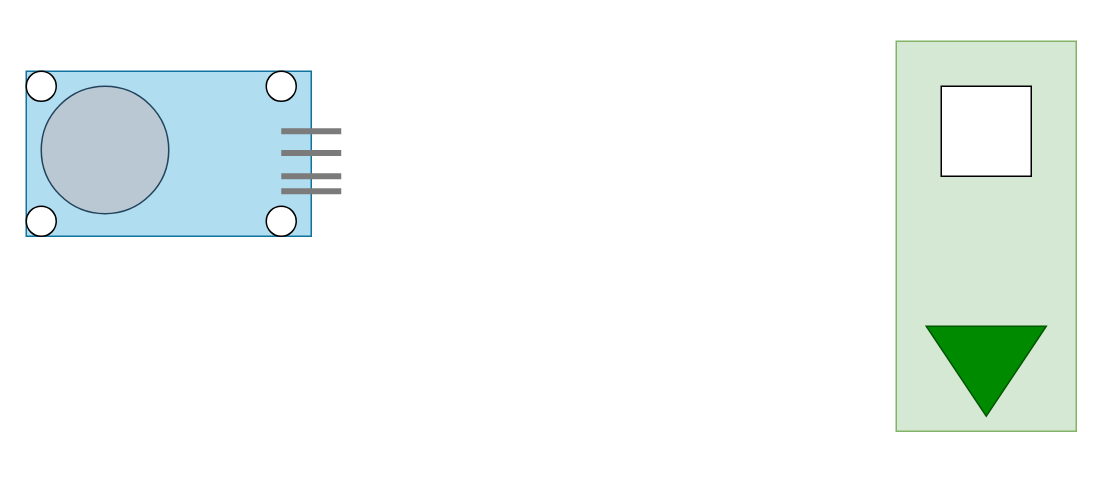
Earlier version of the draw.io diagram templates/Diagramme sans nom.drawio (Tokomichel/djangoAPIessay). Source tidied: cells renumbered, new cells numbered last; positions are measured from the earlier drawing's top-left corner, leaving out a move shared by most shapes. Both pictures are drawn from the tidied source at 150%, with x=0, y=0 at pixel (26, 40).
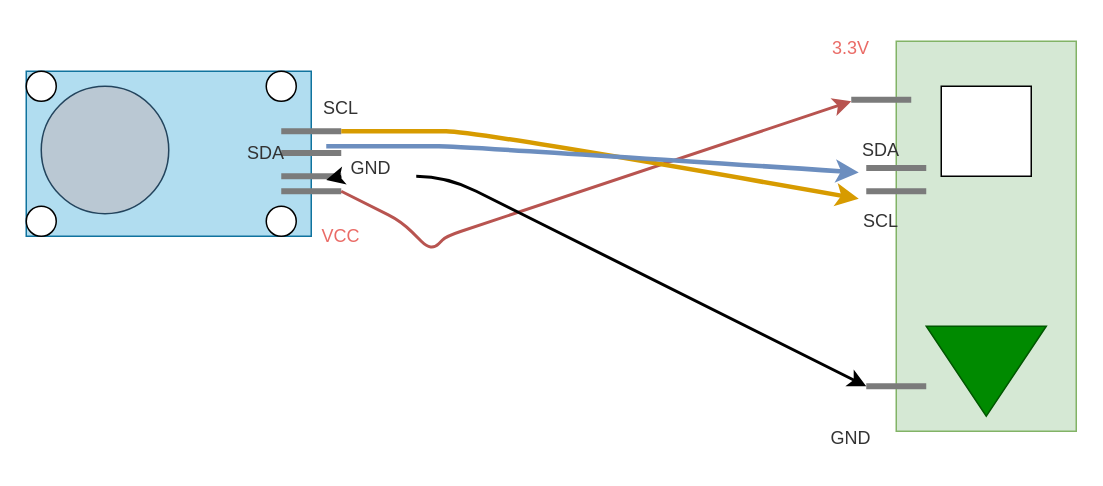
After the change.

Commit message:
Mettre à jour Diagramme sans nom.drawio

Change to the diagram source:
```diff
@@
+    <mxCell id="15" style="endArrow=none;html=1;rounded=0;strokeWidth=4;strokeColor=#7B7B7B;" parent="1" edge="1">
+      <mxGeometry relative="1" as="geometry">
+        <mxPoint x="550" y="39" as="sourcePoint" />
+        <mxPoint x="590" y="39" as="targetPoint" />
+      </mxGeometry>
+    </mxCell>
+    <mxCell id="16" style="curved=0;endArrow=classic;html=1;rounded=1;strokeWidth=2;fillColor=#f8cecc;gradientColor=#ea6b66;strokeColor=#b85450;" parent="1" edge="1">
+      <mxGeometry relative="1" as="geometry">
+        <mxPoint x="210" y="100" as="sourcePoint" />
+        <mxPoint x="550" y="40" as="targetPoint" />
+        <Array as="points">
+          <mxPoint x="250" y="120" />
+          <mxPoint x="270" y="140" />
+          <mxPoint x="280" y="130" />
+        </Array>
+      </mxGeometry>
+    </mxCell>
+    <mxCell id="17" value="&lt;font style=&quot;color: rgb(234, 107, 102);&quot;&gt;VCC&lt;/font&gt;" style="text;html=1;align=center;verticalAlign=middle;whiteSpace=wrap;rounded=0;" parent="1" vertex="1">
+      <mxGeometry x="180" y="115" width="60" height="30" as="geometry" />
+    </mxCell>
+    <mxCell id="18" value="&lt;font style=&quot;color: rgb(234, 107, 102);&quot;&gt;3.3V&lt;/font&gt;" style="text;html=1;align=center;verticalAlign=middle;whiteSpace=wrap;rounded=0;" parent="1" vertex="1">
+      <mxGeometry x="520" y="-10" width="60" height="30" as="geometry" />
+    </mxCell>
+    <mxCell id="19" style="endArrow=none;html=1;rounded=0;strokeWidth=4;strokeColor=#7B7B7B;" parent="1" edge="1">
+      <mxGeometry relative="1" as="geometry">
+        <mxPoint x="560" y="230" as="sourcePoint" />
+        <mxPoint x="600" y="230" as="targetPoint" />
+      </mxGeometry>
+    </mxCell>
+    <mxCell id="20" value="&lt;font style=&quot;color: rgb(51, 51, 51);&quot;&gt;GND&lt;/font&gt;" style="text;html=1;align=center;verticalAlign=middle;whiteSpace=wrap;rounded=0;" parent="1" vertex="1">
+      <mxGeometry x="520" y="250" width="60" height="30" as="geometry" />
+    </mxCell>
+    <mxCell id="21" style="endArrow=none;html=1;rounded=0;strokeWidth=4;strokeColor=#7B7B7B;" parent="1" edge="1">
+      <mxGeometry relative="1" as="geometry">
+        <mxPoint x="560" y="100" as="sourcePoint" />
+        <mxPoint x="600" y="100" as="targetPoint" />
+      </mxGeometry>
+    </mxCell>
+    <mxCell id="22" value="&lt;font style=&quot;color: rgb(51, 51, 51);&quot;&gt;SCL&lt;/font&gt;" style="text;html=1;align=center;verticalAlign=middle;whiteSpace=wrap;rounded=0;" parent="1" vertex="1">
+      <mxGeometry x="540" y="105" width="60" height="30" as="geometry" />
+    </mxCell>
+    <mxCell id="23" style="curved=1;endArrow=classic;html=1;rounded=0;strokeWidth=2;" parent="1" edge="1" source="26">
+      <mxGeometry relative="1" as="geometry">
+        <mxPoint x="560" y="230" as="targetPoint" />
+        <Array as="points">
+          <mxPoint x="260" y="90" />
+          <mxPoint x="280" y="90" />
+          <mxPoint x="320" y="110" />
+          <mxPoint x="340" y="120" />
+        </Array>
+      </mxGeometry>
+    </mxCell>
+    <mxCell id="24" style="curved=1;endArrow=classic;html=1;rounded=0;entryX=0.25;entryY=0;entryDx=0;entryDy=0;strokeWidth=3;fillColor=#ffcd28;gradientColor=#ffa500;strokeColor=#d79b00;" parent="1" edge="1" target="22">
+      <mxGeometry relative="1" as="geometry">
+        <mxPoint x="210" y="60" as="sourcePoint" />
+        <Array as="points">
+          <mxPoint x="260" y="60" />
+          <mxPoint x="300" y="60" />
+        </Array>
+      </mxGeometry>
+    </mxCell>
+    <mxCell id="25" style="curved=1;endArrow=classic;html=1;rounded=0;strokeWidth=2;" parent="1" edge="1" target="26">
+      <mxGeometry relative="1" as="geometry">
+        <mxPoint x="210" y="90" as="sourcePoint" />
+      </mxGeometry>
+    </mxCell>
+    <mxCell id="26" value="&lt;font style=&quot;color: rgb(51, 51, 51);&quot;&gt;GND&lt;/font&gt;" style="text;html=1;align=center;verticalAlign=middle;whiteSpace=wrap;rounded=0;" parent="1" vertex="1">
+      <mxGeometry x="200" y="70" width="60" height="30" as="geometry" />
+    </mxCell>
+    <mxCell id="27" value="&lt;font style=&quot;color: rgb(51, 51, 51);&quot;&gt;SDA&lt;/font&gt;" style="text;html=1;align=center;verticalAlign=middle;whiteSpace=wrap;rounded=0;" parent="1" vertex="1">
+      <mxGeometry x="130" y="60" width="60" height="30" as="geometry" />
+    </mxCell>
+    <mxCell id="28" value="&lt;font style=&quot;color: rgb(51, 51, 51);&quot;&gt;SCL&lt;/font&gt;" style="text;html=1;align=center;verticalAlign=middle;whiteSpace=wrap;rounded=0;" parent="1" vertex="1">
+      <mxGeometry x="180" y="30" width="60" height="30" as="geometry" />
+    </mxCell>
+    <mxCell id="29" style="endArrow=none;html=1;rounded=0;strokeWidth=4;strokeColor=#7B7B7B;" parent="1" edge="1">
+      <mxGeometry relative="1" as="geometry">
+        <mxPoint x="560" y="84.5" as="sourcePoint" />
+        <mxPoint x="600" y="84.5" as="targetPoint" />
+        <Array as="points">
+          <mxPoint x="580" y="84.5" />
+        </Array>
+      </mxGeometry>
+    </mxCell>
+    <mxCell id="30" value="&lt;font style=&quot;color: rgb(51, 51, 51);&quot;&gt;SDA&lt;/font&gt;" style="text;html=1;align=center;verticalAlign=middle;whiteSpace=wrap;rounded=0;" parent="1" vertex="1">
+      <mxGeometry x="540" y="57.5" width="60" height="30" as="geometry" />
+    </mxCell>
+    <mxCell id="31" style="curved=1;endArrow=classic;html=1;rounded=0;exitX=0;exitY=0;exitDx=0;exitDy=0;entryX=0.25;entryY=1;entryDx=0;entryDy=0;strokeWidth=3;fillColor=#dae8fc;gradientColor=#7ea6e0;strokeColor=#6c8ebf;" parent="1" edge="1" source="26" target="30">
+      <mxGeometry relative="1" as="geometry">
+        <Array as="points">
+          <mxPoint x="260" y="70" />
+          <mxPoint x="290" y="70" />
+        </Array>
+      </mxGeometry>
+    </mxCell>
```
